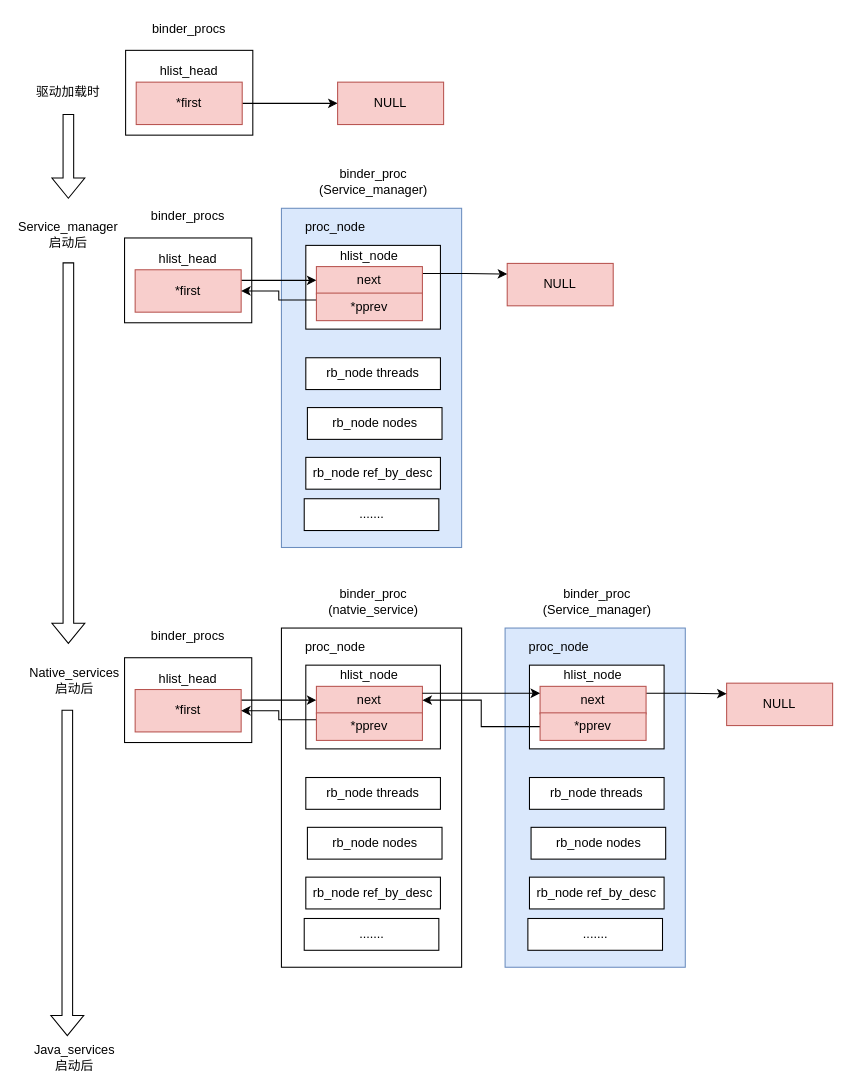
cuijpus/Android keeps this draw.io diagram as binder/diagram/binder_procs_hashlist.drawio. Above is the earlier version. Source tidied: cells renumbered, new cells numbered last; positions are measured from the earlier drawing's top-left corner, leaving out a move shared by most shapes. Both pictures are drawn from the tidied source at 106%, with x=0, y=0 at pixel (31, 18).
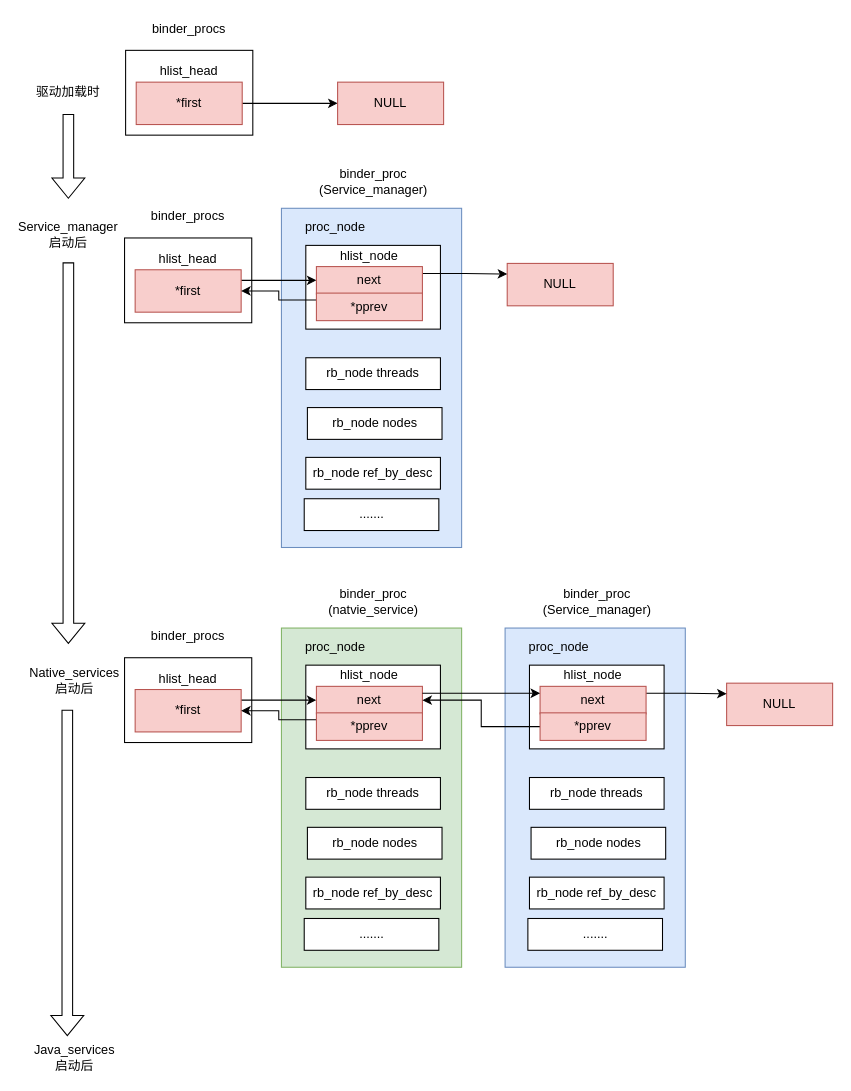
Above is the later version.

Diff of the diagram source:
```diff
@@
-    <mxCell id="30" style="rounded=0;whiteSpace=wrap;html=1;" parent="1" vertex="1">
+    <mxCell id="30" style="rounded=0;whiteSpace=wrap;html=1;fillColor=#d5e8d4;strokeColor=#82b366;" parent="1" vertex="1">
       <mxGeometry x="236" y="575" width="170" height="320" as="geometry" />
     </mxCell>
```
